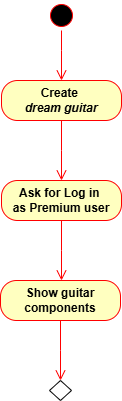
TizianoLilli/ISPW-Project keeps this draw.io diagram as ActivityDiagramT.drawio.png. Above is the earlier version. Source tidied: cells renumbered, new cells last; positions are measured from the earlier drawing's top-left corner, leaving out a move shared by most shapes.
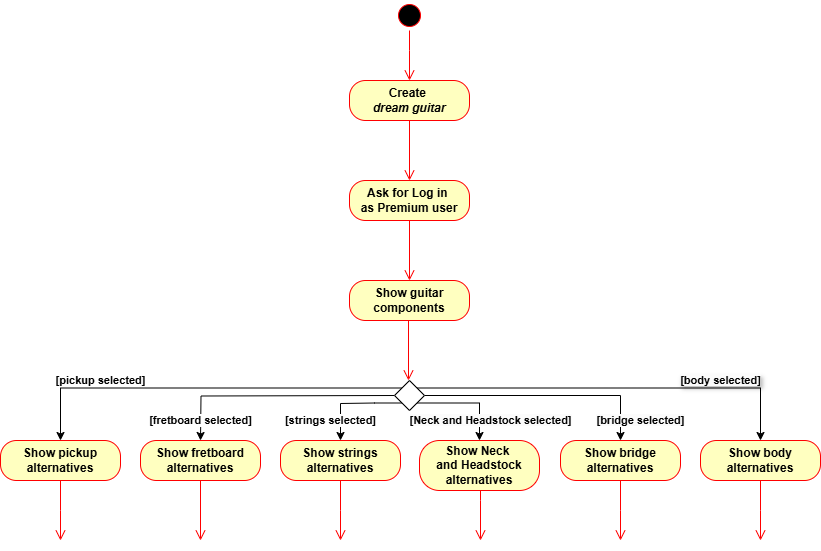
Later version of the same file.

Change to the diagram source:
```diff
@@ -5,16 +5,18 @@
     <mxCell id="2" value="&lt;b&gt;Create&amp;nbsp;&lt;/b&gt;&lt;div&gt;&lt;b&gt;&lt;i&gt;dream guitar&lt;/i&gt;&lt;/b&gt;&lt;/div&gt;" style="rounded=1;whiteSpace=wrap;html=1;arcSize=40;fontColor=#000000;fillColor=#ffffc0;strokeColor=#ff0000;" parent="1" vertex="1">
       <mxGeometry x="1" y="80" width="120" height="40" as="geometry" />
     </mxCell>
-    <mxCell id="3" style="edgeStyle=orthogonalEdgeStyle;html=1;verticalAlign=bottom;endArrow=open;endSize=8;strokeColor=#ff0000;rounded=0;" parent="1" edge="1" source="2">
+    <mxCell id="3" style="edgeStyle=orthogonalEdgeStyle;html=1;verticalAlign=bottom;endArrow=open;endSize=8;strokeColor=#ff0000;rounded=0;" parent="1" edge="1">
       <mxGeometry relative="1" as="geometry">
+        <mxPoint x="61" y="120" as="sourcePoint" />
         <mxPoint x="61" y="180" as="targetPoint" />
       </mxGeometry>
     </mxCell>
     <mxCell id="4" style="ellipse;html=1;shape=startState;fillColor=#000000;strokeColor=#ff0000;" parent="1" vertex="1">
       <mxGeometry x="46" width="30" height="30" as="geometry" />
     </mxCell>
-    <mxCell id="5" style="edgeStyle=orthogonalEdgeStyle;html=1;verticalAlign=bottom;endArrow=open;endSize=8;strokeColor=#ff0000;rounded=0;entryX=0.5;entryY=0;entryDx=0;entryDy=0;" parent="1" edge="1" source="4" target="2">
+    <mxCell id="5" style="edgeStyle=orthogonalEdgeStyle;html=1;verticalAlign=bottom;endArrow=open;endSize=8;strokeColor=#ff0000;rounded=0;entryX=0.5;entryY=0;entryDx=0;entryDy=0;" parent="1" edge="1" source="4">
       <mxGeometry relative="1" as="geometry">
+        <mxPoint x="61" y="80" as="targetPoint" />
         <Array as="points">
           <mxPoint x="61" y="50" />
           <mxPoint x="61" y="50" />
@@ -24,21 +26,108 @@
     <mxCell id="6" value="&lt;b&gt;Ask for&amp;nbsp;&lt;span style=&quot;background-color: initial;&quot;&gt;Log in&amp;nbsp;&lt;/span&gt;&lt;/b&gt;&lt;div&gt;&lt;span style=&quot;background-color: initial;&quot;&gt;&lt;b&gt;as Premium user&lt;/b&gt;&lt;/span&gt;&lt;/div&gt;" style="rounded=1;whiteSpace=wrap;html=1;arcSize=40;fontColor=#000000;fillColor=#ffffc0;strokeColor=#ff0000;" parent="1" vertex="1">
       <mxGeometry x="1" y="180" width="120" height="40" as="geometry" />
     </mxCell>
-    <mxCell id="7" style="edgeStyle=orthogonalEdgeStyle;html=1;verticalAlign=bottom;endArrow=open;endSize=8;strokeColor=#ff0000;rounded=0;" parent="1" edge="1" source="6">
+    <mxCell id="7" style="edgeStyle=orthogonalEdgeStyle;html=1;verticalAlign=bottom;endArrow=open;endSize=8;strokeColor=#ff0000;rounded=0;" parent="1" edge="1">
       <mxGeometry relative="1" as="geometry">
+        <mxPoint x="61" y="220" as="sourcePoint" />
         <mxPoint x="61" y="280" as="targetPoint" />
       </mxGeometry>
     </mxCell>
     <mxCell id="8" value="&lt;b&gt;Show guitar components&lt;/b&gt;" style="rounded=1;whiteSpace=wrap;html=1;arcSize=40;fontColor=#000000;fillColor=#ffffc0;strokeColor=#ff0000;" parent="1" vertex="1">
-      <mxGeometry y="280" width="120" height="40" as="geometry" />
+      <mxGeometry x="1" y="280" width="120" height="40" as="geometry" />
     </mxCell>
-    <mxCell id="9" style="edgeStyle=orthogonalEdgeStyle;html=1;verticalAlign=bottom;endArrow=open;endSize=8;strokeColor=#ff0000;rounded=0;" parent="1" edge="1" source="8">
+    <mxCell id="9" style="edgeStyle=orthogonalEdgeStyle;html=1;verticalAlign=bottom;endArrow=open;endSize=8;strokeColor=#ff0000;rounded=0;" parent="1" edge="1">
       <mxGeometry relative="1" as="geometry">
+        <mxPoint x="60" y="320" as="sourcePoint" />
         <mxPoint x="60" y="380" as="targetPoint" />
       </mxGeometry>
     </mxCell>
+    <mxCell id="11" value="&lt;b style=&quot;&quot;&gt;[fretboard selected]&lt;/b&gt;" style="edgeStyle=orthogonalEdgeStyle;rounded=0;orthogonalLoop=1;jettySize=auto;html=1;exitX=0;exitY=0.5;exitDx=0;exitDy=0;entryX=0.5;entryY=0;entryDx=0;entryDy=0;labelBackgroundColor=default;" parent="1" edge="1">
+      <mxGeometry x="0.83" relative="1" as="geometry">
+        <mxPoint x="46" y="395" as="sourcePoint" />
+        <mxPoint x="-148" y="440" as="targetPoint" />
+      </mxGeometry>
+    </mxCell>
+    <mxCell id="12" value="&lt;b style=&quot;&quot;&gt;[strings selected]&lt;/b&gt;" style="edgeStyle=orthogonalEdgeStyle;rounded=0;jettySize=auto;html=1;exitX=0;exitY=1;exitDx=0;exitDy=0;entryX=0.5;entryY=0;entryDx=0;entryDy=0;labelBackgroundColor=default;" parent="1" edge="1" source="10" target="25">
+      <mxGeometry x="0.59" y="-10" relative="1" as="geometry">
+        <Array as="points">
+          <mxPoint x="26" y="403" />
+          <mxPoint x="-8" y="403" />
+        </Array>
+      </mxGeometry>
+    </mxCell>
+    <mxCell id="13" value="&lt;b style=&quot;background-color: rgb(251, 251, 251);&quot;&gt;[bridge selected]&lt;/b&gt;" style="edgeStyle=orthogonalEdgeStyle;rounded=0;jettySize=auto;html=1;exitX=1;exitY=0.5;exitDx=0;exitDy=0;entryX=0.5;entryY=0;entryDx=0;entryDy=0;" parent="1" edge="1" source="10" target="21">
+      <mxGeometry x="0.83" y="20" relative="1" as="geometry" />
+    </mxCell>
+    <mxCell id="14" value="&lt;br&gt;&lt;b style=&quot;forced-color-adjust: none; color: rgb(0, 0, 0); font-family: Helvetica; font-size: 11px; font-style: normal; font-variant-ligatures: normal; font-variant-caps: normal; letter-spacing: normal; orphans: 2; text-align: center; text-indent: 0px; text-transform: none; widows: 2; word-spacing: 0px; -webkit-text-stroke-width: 0px; white-space: nowrap; text-decoration-thickness: initial; text-decoration-style: initial; text-decoration-color: initial;&quot;&gt;[pickup selected]&lt;/b&gt;&lt;div&gt;&lt;br/&gt;&lt;/div&gt;" style="edgeStyle=orthogonalEdgeStyle;rounded=0;jettySize=auto;html=1;exitX=0;exitY=0;exitDx=0;exitDy=0;entryX=0.5;entryY=0;entryDx=0;entryDy=0;labelBackgroundColor=none;" parent="1" edge="1" source="10" target="17">
+      <mxGeometry x="0.53" y="-8" relative="1" as="geometry" />
+    </mxCell>
+    <mxCell id="15" value="&lt;br&gt;&lt;b style=&quot;forced-color-adjust: none; color: rgb(0, 0, 0); font-family: Helvetica; font-size: 11px; font-style: normal; font-variant-ligatures: normal; font-variant-caps: normal; letter-spacing: normal; orphans: 2; text-align: center; text-indent: 0px; text-transform: none; widows: 2; word-spacing: 0px; -webkit-text-stroke-width: 0px; white-space: nowrap; background-color: rgb(251, 251, 251); text-decoration-thickness: initial; text-decoration-style: initial; text-decoration-color: initial;&quot;&gt;[body selected]&lt;/b&gt;&lt;div&gt;&lt;br/&gt;&lt;/div&gt;" style="edgeStyle=orthogonalEdgeStyle;rounded=0;jettySize=auto;html=1;exitX=1;exitY=0;exitDx=0;exitDy=0;entryX=0.5;entryY=0;entryDx=0;entryDy=0;textShadow=1;labelBackgroundColor=none;" parent="1" edge="1" source="10" target="27">
+      <mxGeometry x="0.53" y="8" relative="1" as="geometry" />
+    </mxCell>
+    <mxCell id="16" value="&lt;b style=&quot;background-color: rgb(251, 251, 251);&quot;&gt;[Neck and Headstock selected]&lt;/b&gt;" style="edgeStyle=orthogonalEdgeStyle;rounded=0;jettySize=auto;html=1;exitX=1;exitY=1;exitDx=0;exitDy=0;entryX=0.5;entryY=0;entryDx=0;entryDy=0;" parent="1" edge="1" source="10" target="23">
+      <mxGeometry x="0.6" y="11" relative="1" as="geometry">
+        <Array as="points">
+          <mxPoint x="131" y="403" />
+        </Array>
+      </mxGeometry>
+    </mxCell>
     <mxCell id="10" style="rhombus;whiteSpace=wrap;html=1;" parent="1" vertex="1">
-      <mxGeometry x="49" y="380" width="22" height="20" as="geometry" />
+      <mxGeometry x="46" y="380" width="30" height="30" as="geometry" />
     </mxCell>
+    <mxCell id="17" value="&lt;b&gt;Show pickup&lt;/b&gt;&lt;div&gt;&lt;b&gt;alternatives&lt;/b&gt;&lt;/div&gt;" style="rounded=1;whiteSpace=wrap;html=1;arcSize=40;fontColor=#000000;fillColor=#ffffc0;strokeColor=#ff0000;" parent="1" vertex="1">
+      <mxGeometry x="-348" y="440" width="120" height="40" as="geometry" />
+    </mxCell>
+    <mxCell id="18" style="edgeStyle=orthogonalEdgeStyle;html=1;verticalAlign=bottom;endArrow=open;endSize=8;strokeColor=#ff0000;rounded=0;" parent="1" edge="1" source="17">
+      <mxGeometry relative="1" as="geometry">
+        <mxPoint x="-288" y="540" as="targetPoint" />
+      </mxGeometry>
+    </mxCell>
+    <mxCell id="19" value="&lt;b&gt;Show fretboard&lt;/b&gt;&lt;div&gt;&lt;b&gt;alternatives&lt;/b&gt;&lt;/div&gt;" style="rounded=1;whiteSpace=wrap;html=1;arcSize=40;fontColor=#000000;fillColor=#ffffc0;strokeColor=#ff0000;" parent="1" vertex="1">
+      <mxGeometry x="-208" y="440" width="120" height="40" as="geometry" />
+    </mxCell>
+    <mxCell id="20" style="edgeStyle=orthogonalEdgeStyle;html=1;verticalAlign=bottom;endArrow=open;endSize=8;strokeColor=#ff0000;rounded=0;" parent="1" edge="1" source="19">
+      <mxGeometry relative="1" as="geometry">
+        <mxPoint x="-148" y="540" as="targetPoint" />
+        <Array as="points">
+          <mxPoint x="-148" y="540" />
+        </Array>
+      </mxGeometry>
+    </mxCell>
+    <mxCell id="21" value="&lt;b&gt;Show bridge&lt;/b&gt;&lt;div&gt;&lt;b&gt;alternatives&lt;/b&gt;&lt;/div&gt;" style="rounded=1;whiteSpace=wrap;html=1;arcSize=40;fontColor=#000000;fillColor=#ffffc0;strokeColor=#ff0000;" parent="1" vertex="1">
+      <mxGeometry x="212" y="440" width="120" height="40" as="geometry" />
+    </mxCell>
+    <mxCell id="22" style="edgeStyle=orthogonalEdgeStyle;html=1;verticalAlign=bottom;endArrow=open;endSize=8;strokeColor=#ff0000;rounded=0;" parent="1" edge="1" source="21">
+      <mxGeometry relative="1" as="geometry">
+        <mxPoint x="272" y="540" as="targetPoint" />
+      </mxGeometry>
+    </mxCell>
+    <mxCell id="23" value="&lt;b&gt;Show Neck&amp;nbsp;&lt;/b&gt;&lt;div&gt;&lt;b&gt;and Headstock&lt;/b&gt;&lt;div&gt;&lt;b&gt;alternatives&lt;/b&gt;&lt;/div&gt;&lt;/div&gt;" style="rounded=1;whiteSpace=wrap;html=1;arcSize=40;fontColor=#000000;fillColor=#ffffc0;strokeColor=#ff0000;" parent="1" vertex="1">
+      <mxGeometry x="71" y="440" width="120" height="50" as="geometry" />
+    </mxCell>
+    <mxCell id="24" style="edgeStyle=orthogonalEdgeStyle;html=1;verticalAlign=bottom;endArrow=open;endSize=8;strokeColor=#ff0000;rounded=0;" parent="1" edge="1" source="23">
+      <mxGeometry relative="1" as="geometry">
+        <mxPoint x="132" y="540" as="targetPoint" />
+        <Array as="points">
+          <mxPoint x="132" y="500" />
+          <mxPoint x="132" y="500" />
+        </Array>
+      </mxGeometry>
+    </mxCell>
+    <mxCell id="25" value="&lt;b&gt;Show strings&lt;/b&gt;&lt;div&gt;&lt;b&gt;alternatives&lt;/b&gt;&lt;/div&gt;" style="rounded=1;whiteSpace=wrap;html=1;arcSize=40;fontColor=#000000;fillColor=#ffffc0;strokeColor=#ff0000;" parent="1" vertex="1">
+      <mxGeometry x="-68" y="440" width="120" height="40" as="geometry" />
+    </mxCell>
+    <mxCell id="26" style="edgeStyle=orthogonalEdgeStyle;html=1;verticalAlign=bottom;endArrow=open;endSize=8;strokeColor=#ff0000;rounded=0;" parent="1" edge="1" source="25">
+      <mxGeometry relative="1" as="geometry">
+        <mxPoint x="-8" y="540" as="targetPoint" />
+      </mxGeometry>
+    </mxCell>
+    <mxCell id="27" value="&lt;b&gt;Show body&lt;/b&gt;&lt;div&gt;&lt;b&gt;alternatives&lt;/b&gt;&lt;/div&gt;" style="rounded=1;whiteSpace=wrap;html=1;arcSize=40;fontColor=#000000;fillColor=#ffffc0;strokeColor=#ff0000;" parent="1" vertex="1">
+      <mxGeometry x="352" y="440" width="120" height="40" as="geometry" />
+    </mxCell>
+    <mxCell id="28" style="edgeStyle=orthogonalEdgeStyle;html=1;verticalAlign=bottom;endArrow=open;endSize=8;strokeColor=#ff0000;rounded=0;" parent="1" edge="1" source="27">
+      <mxGeometry relative="1" as="geometry">
+        <mxPoint x="412" y="540" as="targetPoint" />
+      </mxGeometry>
+    </mxCell>
   </root>
 </mxGraphModel>
```
